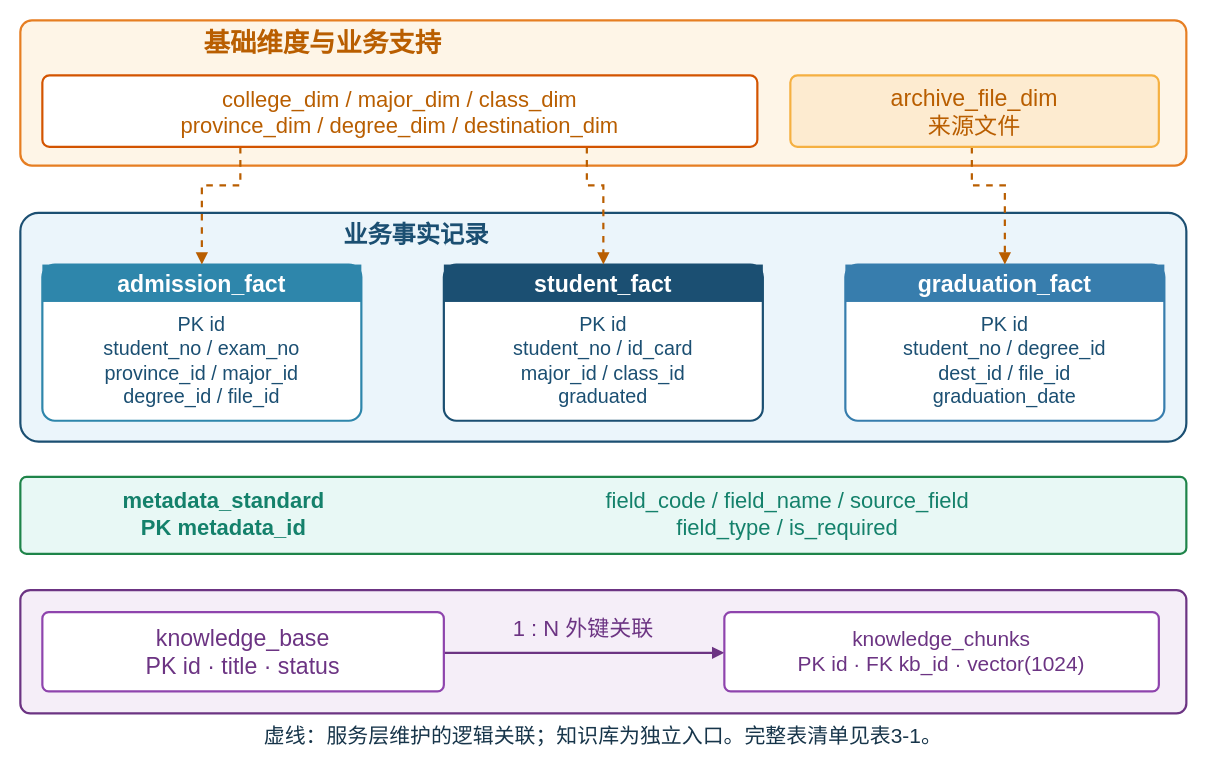
Earlier version of the draw.io diagram paper/原图风格修订/figures/fig3-3.drawio (LCJM-85/ArchiveBridge). Source tidied: cells renumbered, new cells numbered last; positions are measured from the earlier drawing's top-left corner, leaving out a move shared by most shapes. Both pictures are drawn from the tidied source at 110%, with x=0, y=0 at pixel (20, 20).
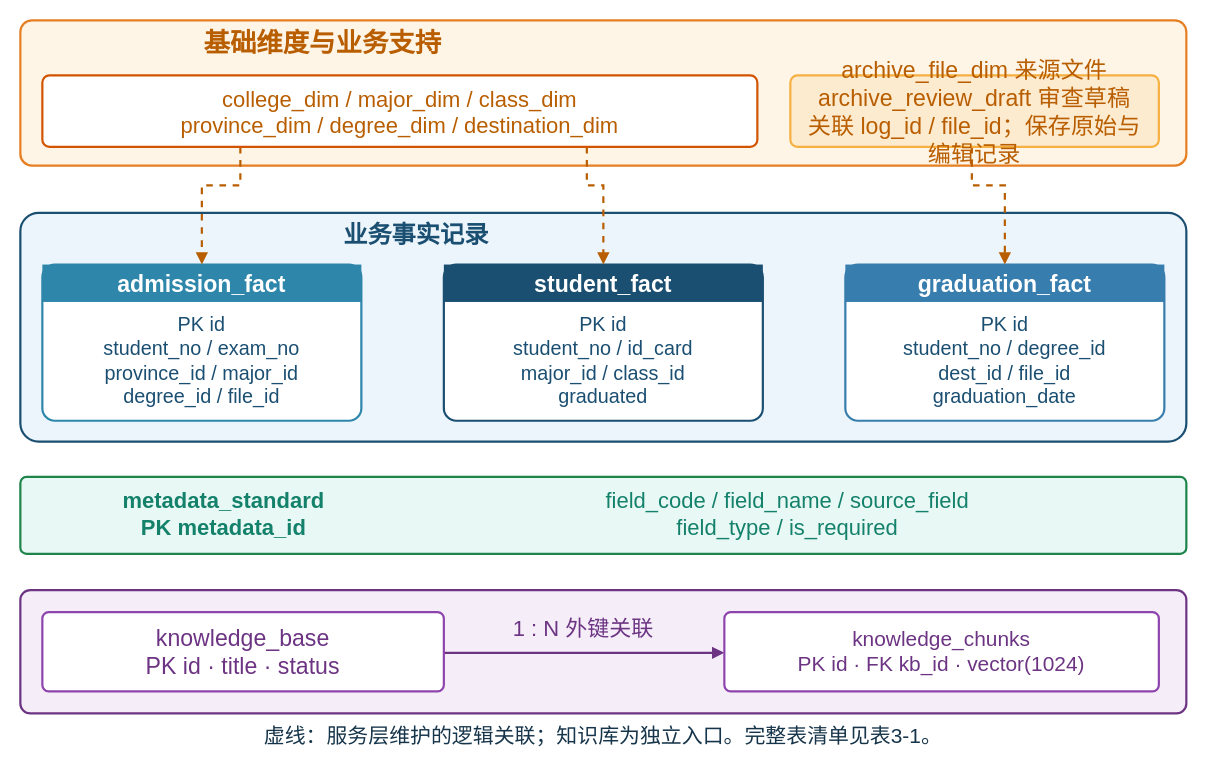
The same page after the edit.

The edit, as a diff of the source:
```diff
@@
-    <mxCell id="15" value="archive_file_dim&lt;br&gt;来源文件" style="rounded=1;whiteSpace=wrap;html=1;arcSize=10;fillColor=#FDEBD0;strokeColor=#F5B041;strokeWidth=2;dashed=0;dashPattern=4 3;fontFamily=Microsoft YaHei;align=center;verticalAlign=middle;fontSize=21;fontStyle=0;spacing=8;fontColor=#B95E00;" parent="1" vertex="1">
+    <mxCell id="15" value="archive_file_dim 来源文件&lt;br&gt;archive_review_draft 审查草稿&lt;br&gt;关联 log_id / file_id；保存原始与编辑记录" style="rounded=1;whiteSpace=wrap;html=1;arcSize=10;fillColor=#FDEBD0;strokeColor=#F5B041;strokeWidth=2;dashed=0;dashPattern=4 3;fontFamily=Microsoft YaHei;align=center;verticalAlign=middle;fontSize=21;fontStyle=0;spacing=8;fontColor=#B95E00;" parent="1" vertex="1">
       <mxGeometry x="700" y="50" width="335" height="65" as="geometry" />
     </mxCell>
```
